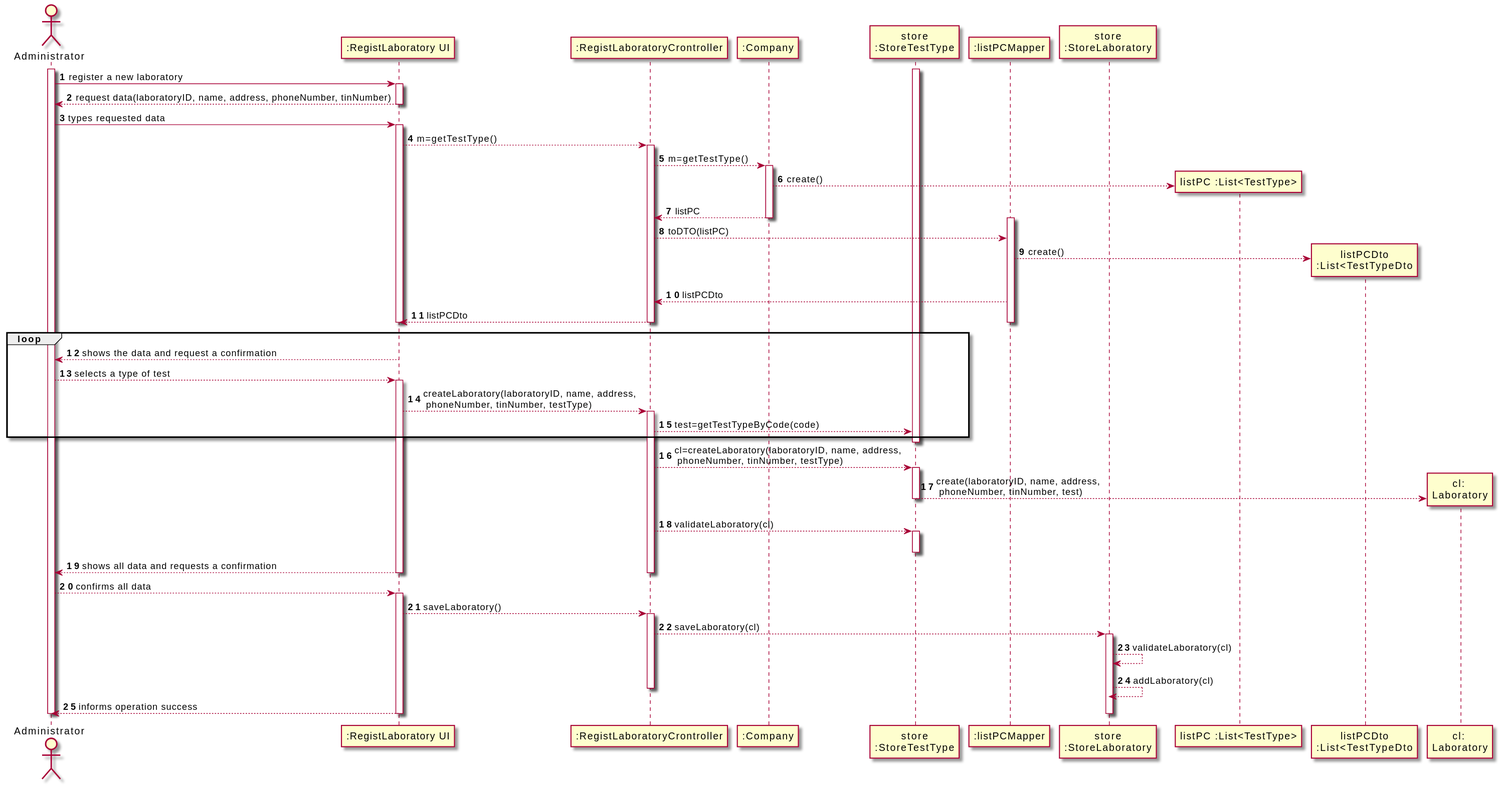
The PlantUML diagram docs/SprintC/US8_RegisterLaboratory/US008_SD.svg in Pedromaia26/LAPR2-ISEP, before a commit. Its diagram source:
```plantuml
@startuml
actor Administrator as Adm
participant ":RegistLaboratory UI" as System
participant ":RegistLaboratoryCrontroller" as RLC
participant ":Company" as ML
participant "store\n:StoreTestType" as tt
participant ":listPCMapper" as lpc
participant "store\n:StoreLaboratory" as lab


autonumber
activate Adm
Adm -> System: register a new laboratory
activate System
System --> Adm: request data(laboratoryID, name, address, phoneNumber, tinNumber)
deactivate System




Adm -> System: types requested data
activate System
System-->RLC: m=getTestType()
activate RLC
RLC-->ML: m=getTestType()
activate ML
create "listPC :List<TestType>" as listpc
ML --> listpc: create()
ML --> RLC: listPC
deactivate ML
activate lpc
RLC --> lpc: toDTO(listPC)
create "listPCDto\n:List<TestTypeDto" as lpcdt
lpc --> lpcdt: create()
lpc --> RLC: listPCDto
RLC --> System: listPCDto
deactivate lpc
deactivate RLC
deactivate System


loop
System --> Adm: shows the data and request a confirmation
Adm --> System: selects a type of test
activate System

System --> RLC: createLaboratory(laboratoryID, name, address, \n phoneNumber, tinNumber, testType)
activate RLC
RLC --> tt: test=getTestTypeByCode(code)
end
activate tt
deactivate tt
RLC --> tt: cl=createLaboratory(laboratoryID, name, address, \n phoneNumber, tinNumber, testType)
activate tt
create "cl: \nLaboratory" as CL
tt --> CL: create(laboratoryID, name, address, \n phoneNumber, tinNumber, test)
deactivate tt
RLC --> tt: validateLaboratory(cl)
activate tt
deactivate tt
System --> Adm: shows all data and requests a confirmation
deactivate RLC
deactivate System
Adm --> System: confirms all data
activate System
System --> RLC: saveLaboratory()
activate RLC
RLC --> lab: saveLaboratory(cl)
activate lab
lab --> lab: validateLaboratory(cl)
lab --> lab: addLaboratory(cl)
deactivate RLC
System --> Adm: informs operation success
deactivate lab
deactivate System
deactivate Adm
@enduml
```
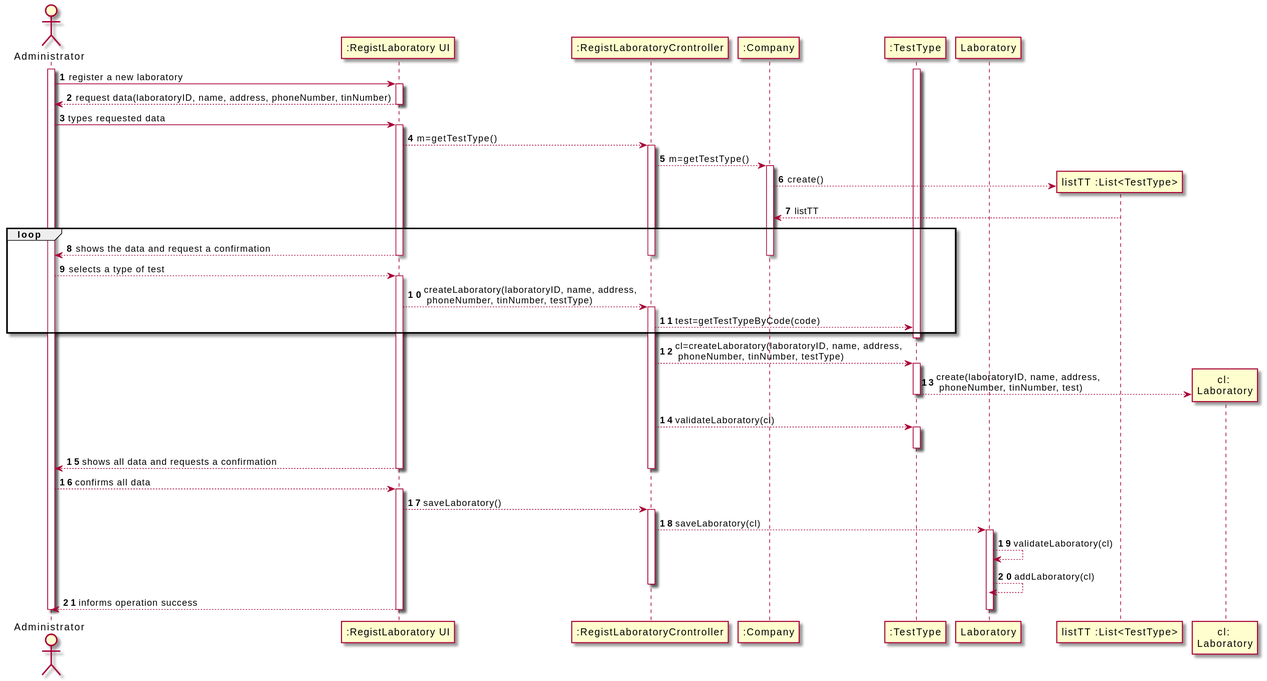
Later version of the same file.

Diff of the diagram source:
```diff
@@ -3,9 +3,8 @@
 participant ":RegistLaboratory UI" as System
 participant ":RegistLaboratoryCrontroller" as RLC
 participant ":Company" as ML
-participant "store\n:StoreTestType" as tt
-participant ":listPCMapper" as lpc
-participant "store\n:StoreLaboratory" as lab
+participant ":TestType" as tt
+participant "Laboratory" as lab
 
 
 autonumber
@@ -24,26 +23,18 @@
 activate RLC
 RLC-->ML: m=getTestType()
 activate ML
-create "listPC :List<TestType>" as listpc
-ML --> listpc: create()
-ML --> RLC: listPC
-deactivate ML
-activate lpc
-RLC --> lpc: toDTO(listPC)
-create "listPCDto\n:List<TestTypeDto" as lpcdt
-lpc --> lpcdt: create()
-lpc --> RLC: listPCDto
-RLC --> System: listPCDto
-deactivate lpc
-deactivate RLC
-deactivate System
+create "listTT :List<TestType>" as listtt
+ML --> listtt: create()
+listtt --> ML: listTT
 
 
 loop
 System --> Adm: shows the data and request a confirmation
+deactivate ML
+deactivate RLC
+deactivate System
 Adm --> System: selects a type of test
 activate System
-
 System --> RLC: createLaboratory(laboratoryID, name, address, \n phoneNumber, tinNumber, testType)
 activate RLC
 RLC --> tt: test=getTestTypeByCode(code)
```
